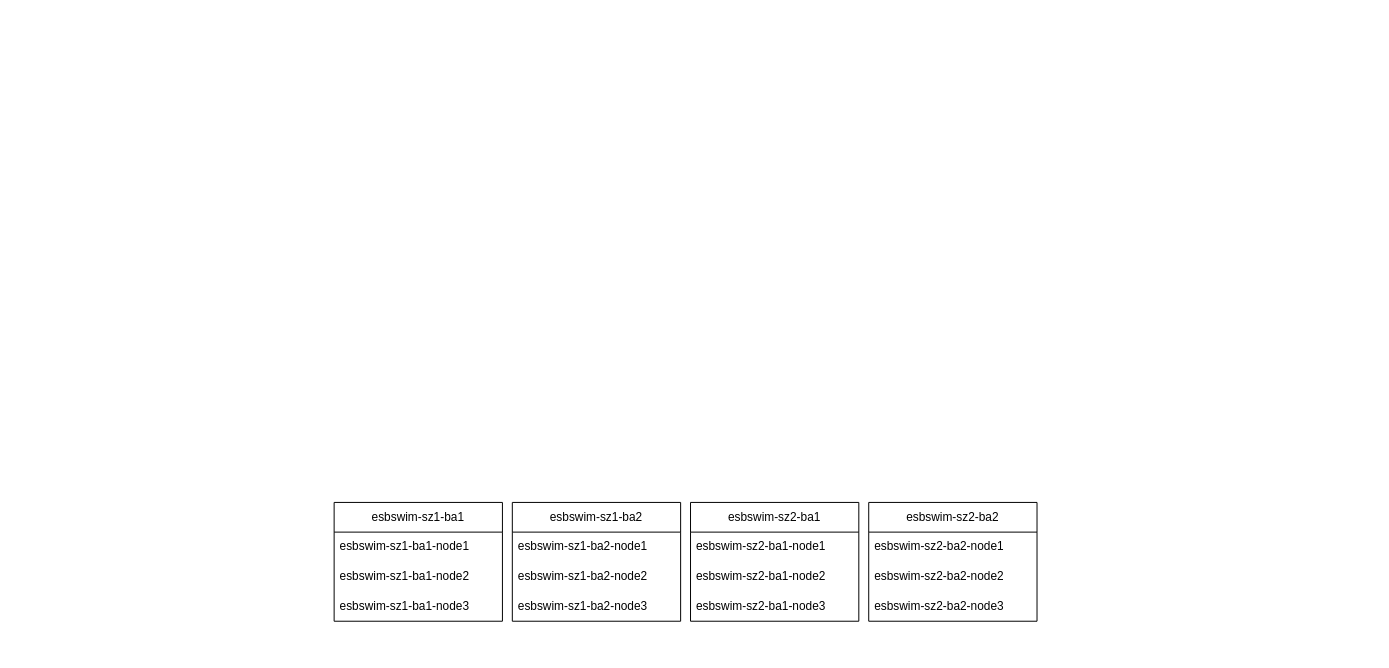
The draw.io diagram atmoserver.drawio in B4S71/drawio-swim, before the edit. Source tidied: cells renumbered, new cells numbered last; positions are measured from the earlier drawing's top-left corner, leaving out a move shared by most shapes. Both pictures are drawn from the tidied source at 99%, with x=0, y=0 at pixel (334, 502).
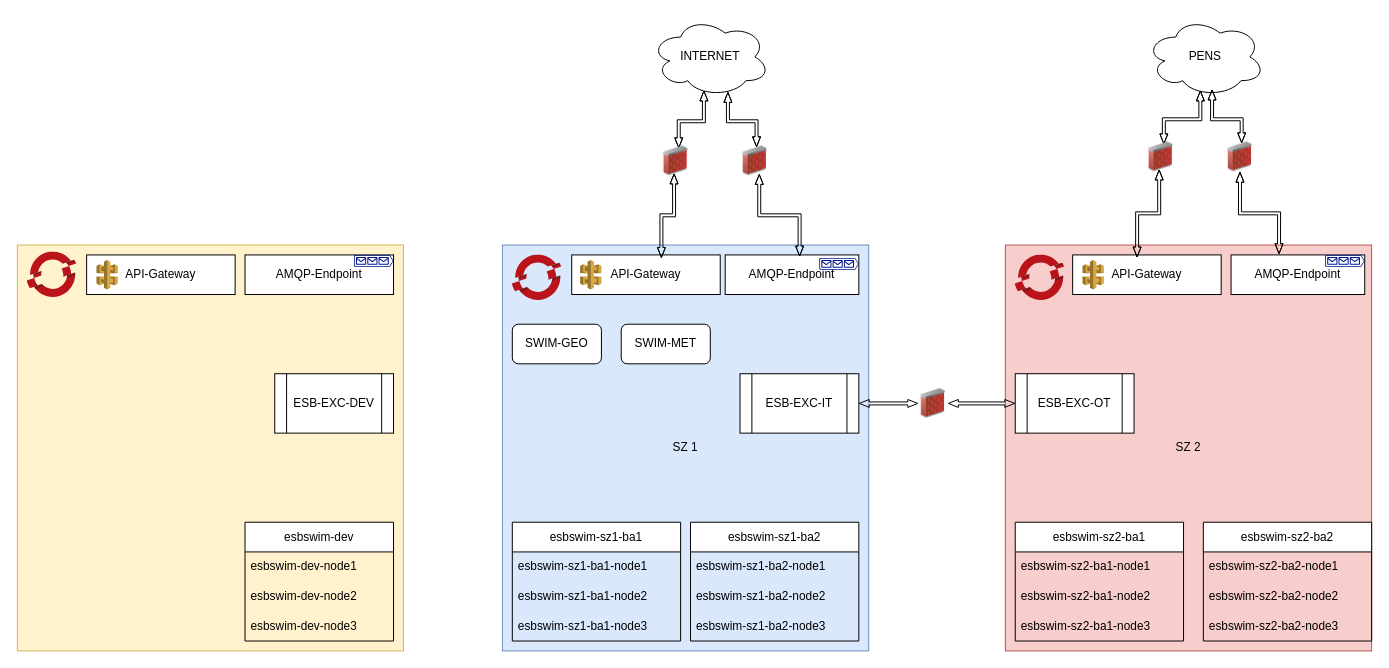
After the change.

Change to the diagram source:
```diff
@@
+    <mxCell id="18" style="group;" parent="1" vertex="1">
+      <mxGeometry x="170" y="-260" width="370" height="410" as="geometry" />
+    </mxCell>
+    <mxCell id="19" value="SZ 1" style="rounded=0;whiteSpace=wrap;html=1;fillColor=#dae8fc;strokeColor=#6c8ebf;" parent="18" vertex="1">
+      <mxGeometry width="370" height="410" as="geometry" />
+    </mxCell>
-    <mxCell id="2" value="&lt;div&gt;esbswim-sz1-ba1&lt;/div&gt;" style="swimlane;fontStyle=0;horizontal=1;startSize=30;whiteSpace=wrap;html=1;" parent="1" vertex="1">
-      <mxGeometry width="170" height="120" as="geometry" />
+    <mxCell id="2" value="&lt;div&gt;esbswim-sz1-ba1&lt;/div&gt;" style="swimlane;fontStyle=0;horizontal=1;startSize=30;whiteSpace=wrap;html=1;" parent="18" vertex="1">
+      <mxGeometry x="10" y="280" width="170" height="120" as="geometry" />
     </mxCell>
@@
-    <mxCell id="6" value="&lt;div&gt;esbswim-sz1-ba2&lt;/div&gt;" style="swimlane;fontStyle=0;horizontal=1;startSize=30;whiteSpace=wrap;html=1;" parent="1" vertex="1">
-      <mxGeometry x="180" width="170" height="120" as="geometry" />
+    <mxCell id="6" value="&lt;div&gt;esbswim-sz1-ba2&lt;/div&gt;" style="swimlane;fontStyle=0;horizontal=1;startSize=30;whiteSpace=wrap;html=1;" parent="18" vertex="1">
+      <mxGeometry x="190" y="280" width="170" height="120" as="geometry" />
     </mxCell>
@@
+    <mxCell id="20" style="image;sketch=0;html=1;align=center;fontSize=12;image=img/lib/mscae/OpenShift.svg;" parent="18" vertex="1">
+      <mxGeometry x="10" y="10" width="50" height="46" as="geometry" />
+    </mxCell>
+    <mxCell id="21" value="SWIM-GEO" style="rounded=1;whiteSpace=wrap;html=1;" parent="18" vertex="1">
+      <mxGeometry x="10" y="80" width="90" height="40" as="geometry" />
+    </mxCell>
+    <mxCell id="22" value="SWIM-MET" style="rounded=1;whiteSpace=wrap;html=1;" parent="18" vertex="1">
+      <mxGeometry x="120" y="80" width="90" height="40" as="geometry" />
+    </mxCell>
+    <mxCell id="23" value="&lt;div&gt;ESB-EXC-IT&lt;/div&gt;" style="shape=process;whiteSpace=wrap;html=1;backgroundOutline=1;" parent="18" vertex="1">
+      <mxGeometry x="240" y="130" width="120" height="60" as="geometry" />
+    </mxCell>
+    <mxCell id="24" value="&lt;div&gt;API-Gateway&lt;/div&gt;" style="rounded=0;whiteSpace=wrap;html=1;" parent="18" vertex="1">
+      <mxGeometry x="70" y="10" width="150" height="40" as="geometry" />
+    </mxCell>
+    <mxCell id="25" value="AMQP-Endpoint" style="rounded=0;whiteSpace=wrap;html=1;" parent="18" vertex="1">
+      <mxGeometry x="225" y="10" width="135" height="40" as="geometry" />
+    </mxCell>
+    <mxCell id="26" style="sketch=0;shadow=0;dashed=0;html=1;strokeColor=none;labelPosition=center;verticalLabelPosition=bottom;verticalAlign=top;align=center;fillColor=#00188D;shape=mxgraph.azure.queue_generic;" parent="18" vertex="1">
+      <mxGeometry x="320" y="13" width="40" height="12" as="geometry" />
+    </mxCell>
+    <mxCell id="27" style="group;" parent="1" vertex="1">
+      <mxGeometry x="678" y="-260" width="370" height="410" as="geometry" />
+    </mxCell>
+    <mxCell id="28" value="&lt;div&gt;SZ 2&lt;/div&gt;" style="rounded=0;whiteSpace=wrap;html=1;fillColor=#f8cecc;strokeColor=#b85450;" parent="27" vertex="1">
+      <mxGeometry width="370" height="410" as="geometry" />
+    </mxCell>
-    <mxCell id="10" value="&lt;div&gt;esbswim-sz2-ba1&lt;/div&gt;" style="swimlane;fontStyle=0;horizontal=1;startSize=30;whiteSpace=wrap;html=1;" parent="1" vertex="1">
-      <mxGeometry x="360" width="170" height="120" as="geometry" />
+    <mxCell id="10" value="&lt;div&gt;esbswim-sz2-ba1&lt;/div&gt;" style="swimlane;fontStyle=0;horizontal=1;startSize=30;whiteSpace=wrap;html=1;" parent="27" vertex="1">
+      <mxGeometry x="10" y="280" width="170" height="120" as="geometry" />
     </mxCell>
@@
-    <mxCell id="14" value="&lt;div&gt;esbswim-sz2-ba2&lt;/div&gt;" style="swimlane;fontStyle=0;horizontal=1;startSize=30;whiteSpace=wrap;html=1;" parent="1" vertex="1">
-      <mxGeometry x="540" width="170" height="120" as="geometry" />
+    <mxCell id="14" value="&lt;div&gt;esbswim-sz2-ba2&lt;/div&gt;" style="swimlane;fontStyle=0;horizontal=1;startSize=30;whiteSpace=wrap;html=1;" parent="27" vertex="1">
+      <mxGeometry x="200" y="280" width="170" height="120" as="geometry" />
     </mxCell>
@@
+    <mxCell id="29" style="image;sketch=0;html=1;align=center;fontSize=12;image=img/lib/mscae/OpenShift.svg;" parent="27" vertex="1">
+      <mxGeometry x="10" y="10" width="50" height="46" as="geometry" />
+    </mxCell>
+    <mxCell id="30" value="&lt;div&gt;ESB-EXC-OT&lt;/div&gt;" style="shape=process;whiteSpace=wrap;html=1;backgroundOutline=1;" parent="27" vertex="1">
+      <mxGeometry x="10" y="130" width="120" height="60" as="geometry" />
+    </mxCell>
+    <mxCell id="31" value="AMQP-Endpoint" style="rounded=0;whiteSpace=wrap;html=1;" parent="27" vertex="1">
+      <mxGeometry x="228" y="10" width="135" height="40" as="geometry" />
+    </mxCell>
+    <mxCell id="32" style="group;" parent="27" vertex="1">
+      <mxGeometry x="68" y="10" width="150" height="40" as="geometry" />
+    </mxCell>
+    <mxCell id="33" value="&lt;div&gt;API-Gateway&lt;/div&gt;" style="rounded=0;whiteSpace=wrap;html=1;" parent="32" vertex="1">
+      <mxGeometry width="150" height="40" as="geometry" />
+    </mxCell>
+    <mxCell id="34" style="dashed=0;verticalLabelPosition=bottom;verticalAlign=top;align=center;html=1;shape=mxgraph.aws3.api_gateway;fillColor=#D9A741;gradientColor=none;" parent="32" vertex="1">
+      <mxGeometry x="10" y="5" width="21.5" height="30" as="geometry" />
+    </mxCell>
+    <mxCell id="35" style="sketch=0;shadow=0;dashed=0;html=1;strokeColor=none;labelPosition=center;verticalLabelPosition=bottom;verticalAlign=top;align=center;fillColor=#00188D;shape=mxgraph.azure.queue_generic;" parent="27" vertex="1">
+      <mxGeometry x="323" y="10" width="40" height="12" as="geometry" />
+    </mxCell>
+    <mxCell id="36" style="shape=flexArrow;endArrow=classic;startArrow=classic;html=1;rounded=0;exitX=1;exitY=0.5;exitDx=0;exitDy=0;entryX=0;entryY=0.5;entryDx=0;entryDy=0;startSize=3;endSize=3;arcSize=15;width=3;startWidth=4;endWidth=4;" parent="1" edge="1" source="41" target="30">
+      <mxGeometry relative="1" as="geometry" />
+    </mxCell>
+    <mxCell id="37" style="dashed=0;verticalLabelPosition=bottom;verticalAlign=top;align=center;html=1;shape=mxgraph.aws3.api_gateway;fillColor=#D9A741;gradientColor=none;" parent="1" vertex="1">
+      <mxGeometry x="248.5" y="-245" width="21.5" height="30" as="geometry" />
+    </mxCell>
+    <mxCell id="38" value="INTERNET" style="ellipse;shape=cloud;whiteSpace=wrap;html=1;" parent="1" vertex="1">
+      <mxGeometry x="320" y="-490" width="120" height="80" as="geometry" />
+    </mxCell>
+    <mxCell id="39" value="PENS" style="ellipse;shape=cloud;whiteSpace=wrap;html=1;" parent="1" vertex="1">
+      <mxGeometry x="820" y="-490" width="120" height="80" as="geometry" />
+    </mxCell>
+    <mxCell id="40" style="shape=flexArrow;endArrow=classic;startArrow=classic;html=1;rounded=0;exitX=1;exitY=0.5;exitDx=0;exitDy=0;entryX=0;entryY=0.5;entryDx=0;entryDy=0;startSize=3;endSize=3;arcSize=15;width=3;startWidth=4;endWidth=4;" parent="1" edge="1" source="23" target="41">
+      <mxGeometry relative="1" as="geometry" />
+    </mxCell>
+    <mxCell id="41" style="image;html=1;image=img/lib/clip_art/networking/Firewall_02_128x128.png;" parent="1" vertex="1">
+      <mxGeometry x="590" y="-115" width="30" height="30" as="geometry" />
+    </mxCell>
+    <mxCell id="42" style="shape=flexArrow;endArrow=classic;startArrow=classic;html=1;rounded=0;entryX=0.604;entryY=0.075;entryDx=0;entryDy=0;startSize=3;endSize=3;arcSize=15;width=3;startWidth=4;endWidth=4;entryPerimeter=0;exitX=0.446;exitY=0.924;exitDx=0;exitDy=0;exitPerimeter=0;edgeStyle=orthogonalEdgeStyle;" parent="1" edge="1" source="47" target="24">
+      <mxGeometry relative="1" as="geometry" />
+    </mxCell>
+    <mxCell id="43" style="shape=flexArrow;endArrow=classic;startArrow=classic;html=1;rounded=0;exitX=0.648;exitY=0.942;exitDx=0;exitDy=0;startSize=3;endSize=3;arcSize=15;width=3;startWidth=4;endWidth=4;exitPerimeter=0;entryX=0.557;entryY=0.039;entryDx=0;entryDy=0;entryPerimeter=0;edgeStyle=orthogonalEdgeStyle;" parent="1" edge="1" source="45" target="25">
+      <mxGeometry relative="1" as="geometry" />
+    </mxCell>
+    <mxCell id="44" style="shape=flexArrow;endArrow=classic;startArrow=classic;html=1;rounded=0;exitX=0.648;exitY=0.942;exitDx=0;exitDy=0;startSize=3;endSize=3;arcSize=15;width=3;startWidth=4;endWidth=4;exitPerimeter=0;entryX=0.557;entryY=0.039;entryDx=0;entryDy=0;entryPerimeter=0;edgeStyle=orthogonalEdgeStyle;" parent="1" edge="1" source="38" target="45">
+      <mxGeometry relative="1" as="geometry" />
+    </mxCell>
+    <mxCell id="45" style="image;html=1;image=img/lib/clip_art/networking/Firewall_02_128x128.png;" parent="1" vertex="1">
+      <mxGeometry x="410" y="-360" width="30" height="30" as="geometry" />
+    </mxCell>
+    <mxCell id="46" style="shape=flexArrow;endArrow=classic;startArrow=classic;html=1;rounded=0;entryX=0.604;entryY=0.075;entryDx=0;entryDy=0;startSize=3;endSize=3;arcSize=15;width=3;startWidth=4;endWidth=4;entryPerimeter=0;exitX=0.446;exitY=0.924;exitDx=0;exitDy=0;exitPerimeter=0;edgeStyle=orthogonalEdgeStyle;" parent="1" edge="1" source="38" target="47">
+      <mxGeometry relative="1" as="geometry" />
+    </mxCell>
+    <mxCell id="47" style="image;html=1;image=img/lib/clip_art/networking/Firewall_02_128x128.png;" parent="1" vertex="1">
+      <mxGeometry x="330" y="-360" width="30" height="30" as="geometry" />
+    </mxCell>
+    <mxCell id="48" style="shape=flexArrow;endArrow=classic;startArrow=classic;html=1;rounded=0;entryX=0.434;entryY=0.063;entryDx=0;entryDy=0;startSize=3;endSize=3;arcSize=15;width=3;startWidth=4;endWidth=4;entryPerimeter=0;exitX=0.446;exitY=0.924;exitDx=0;exitDy=0;exitPerimeter=0;edgeStyle=orthogonalEdgeStyle;" parent="1" edge="1" source="53" target="33">
+      <mxGeometry relative="1" as="geometry" />
+    </mxCell>
+    <mxCell id="49" style="shape=flexArrow;endArrow=classic;startArrow=classic;html=1;rounded=0;exitX=0.5;exitY=1;exitDx=0;exitDy=0;startSize=3;endSize=3;arcSize=15;width=3;startWidth=4;endWidth=4;entryX=0.359;entryY=-0.02;entryDx=0;entryDy=0;entryPerimeter=0;edgeStyle=orthogonalEdgeStyle;" parent="1" edge="1" source="51" target="31">
+      <mxGeometry relative="1" as="geometry" />
+    </mxCell>
+    <mxCell id="50" style="shape=flexArrow;endArrow=classic;startArrow=classic;html=1;rounded=0;exitX=0.557;exitY=0.912;exitDx=0;exitDy=0;startSize=3;endSize=3;arcSize=15;width=3;startWidth=4;endWidth=4;exitPerimeter=0;entryX=0.557;entryY=0.039;entryDx=0;entryDy=0;entryPerimeter=0;edgeStyle=orthogonalEdgeStyle;" parent="1" edge="1" source="39" target="51">
+      <mxGeometry relative="1" as="geometry" />
+    </mxCell>
+    <mxCell id="51" style="image;html=1;image=img/lib/clip_art/networking/Firewall_02_128x128.png;" parent="1" vertex="1">
+      <mxGeometry x="900" y="-364" width="30" height="30" as="geometry" />
+    </mxCell>
+    <mxCell id="52" style="shape=flexArrow;endArrow=classic;startArrow=classic;html=1;rounded=0;entryX=0.604;entryY=0.075;entryDx=0;entryDy=0;startSize=3;endSize=3;arcSize=15;width=3;startWidth=4;endWidth=4;entryPerimeter=0;exitX=0.458;exitY=0.924;exitDx=0;exitDy=0;exitPerimeter=0;edgeStyle=orthogonalEdgeStyle;" parent="1" edge="1" source="39" target="53">
+      <mxGeometry relative="1" as="geometry" />
+    </mxCell>
+    <mxCell id="53" style="image;html=1;image=img/lib/clip_art/networking/Firewall_02_128x128.png;" parent="1" vertex="1">
+      <mxGeometry x="820" y="-364" width="30" height="30" as="geometry" />
+    </mxCell>
+    <mxCell id="54" style="group;" parent="1" vertex="1">
+      <mxGeometry x="-320" y="-260" width="390" height="410" as="geometry" />
+    </mxCell>
+    <mxCell id="55" style="rounded=0;whiteSpace=wrap;html=1;fillColor=#fff2cc;strokeColor=#d6b656;" parent="54" vertex="1">
+      <mxGeometry width="390" height="410" as="geometry" />
+    </mxCell>
+    <mxCell id="56" value="&lt;div&gt;esbswim-dev&lt;/div&gt;" style="swimlane;fontStyle=0;horizontal=1;startSize=30;whiteSpace=wrap;html=1;" parent="54" vertex="1">
+      <mxGeometry x="230" y="280" width="150" height="120" as="geometry" />
+    </mxCell>
+    <mxCell id="57" value="&lt;div&gt;&lt;div&gt;esbswim-dev-node1&lt;/div&gt;&lt;/div&gt;" style="text;strokeColor=none;fillColor=none;align=left;verticalAlign=middle;spacingLeft=4;spacingRight=4;overflow=hidden;whiteSpace=wrap;html=1;" parent="56" vertex="1">
+      <mxGeometry y="30" width="150" height="30" as="geometry" />
+    </mxCell>
+    <mxCell id="58" value="&lt;div&gt;esbswim-dev-node2&lt;/div&gt;" style="text;strokeColor=none;fillColor=none;align=left;verticalAlign=middle;spacingLeft=4;spacingRight=4;overflow=hidden;whiteSpace=wrap;html=1;" parent="56" vertex="1">
+      <mxGeometry y="60" width="150" height="30" as="geometry" />
+    </mxCell>
+    <mxCell id="59" value="&lt;div&gt;esbswim-dev-node3&lt;/div&gt;" style="text;strokeColor=none;fillColor=none;align=left;verticalAlign=middle;spacingLeft=4;spacingRight=4;overflow=hidden;whiteSpace=wrap;html=1;" parent="56" vertex="1">
+      <mxGeometry y="90" width="150" height="30" as="geometry" />
+    </mxCell>
+    <mxCell id="60" style="image;sketch=0;html=1;align=center;fontSize=12;image=img/lib/mscae/OpenShift.svg;" parent="54" vertex="1">
+      <mxGeometry x="10" y="7" width="50" height="46" as="geometry" />
+    </mxCell>
+    <mxCell id="61" style="group;" parent="54" vertex="1">
+      <mxGeometry x="70" y="10" width="150" height="40" as="geometry" />
+    </mxCell>
+    <mxCell id="62" value="&lt;div&gt;API-Gateway&lt;/div&gt;" style="rounded=0;whiteSpace=wrap;html=1;" parent="61" vertex="1">
+      <mxGeometry width="150" height="40" as="geometry" />
+    </mxCell>
+    <mxCell id="63" style="dashed=0;verticalLabelPosition=bottom;verticalAlign=top;align=center;html=1;shape=mxgraph.aws3.api_gateway;fillColor=#D9A741;gradientColor=none;" parent="61" vertex="1">
+      <mxGeometry x="10" y="5" width="21.5" height="30" as="geometry" />
+    </mxCell>
+    <mxCell id="64" value="AMQP-Endpoint" style="rounded=0;whiteSpace=wrap;html=1;" parent="54" vertex="1">
+      <mxGeometry x="230" y="10" width="150" height="40" as="geometry" />
+    </mxCell>
+    <mxCell id="65" style="sketch=0;shadow=0;dashed=0;html=1;strokeColor=none;labelPosition=center;verticalLabelPosition=bottom;verticalAlign=top;align=center;fillColor=#00188D;shape=mxgraph.azure.queue_generic;" parent="54" vertex="1">
+      <mxGeometry x="340" y="10" width="40" height="12" as="geometry" />
+    </mxCell>
+    <mxCell id="66" value="&lt;div&gt;ESB-EXC-DEV&lt;/div&gt;" style="shape=process;whiteSpace=wrap;html=1;backgroundOutline=1;" parent="54" vertex="1">
+      <mxGeometry x="260" y="130" width="120" height="60" as="geometry" />
+    </mxCell>
```
